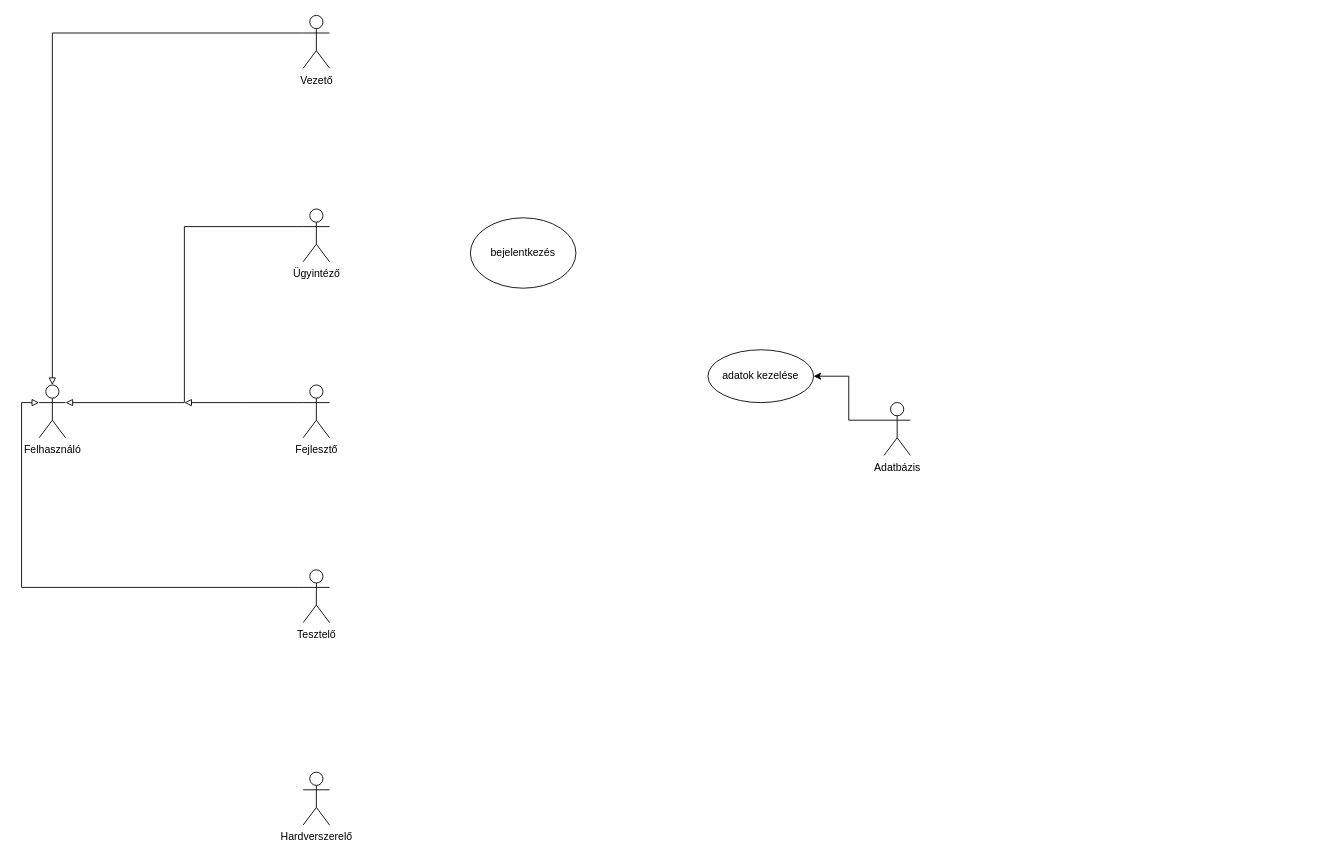
The draw.io diagram Untitled Diagram.drawio in UrbanRoland/CRM, before the edit. Source tidied: cells renumbered, new cells numbered last; positions are measured from the earlier drawing's top-left corner, leaving out a move shared by most shapes. Both pictures are drawn from the tidied source at 88%, with x=0, y=0 at pixel (39, 15).
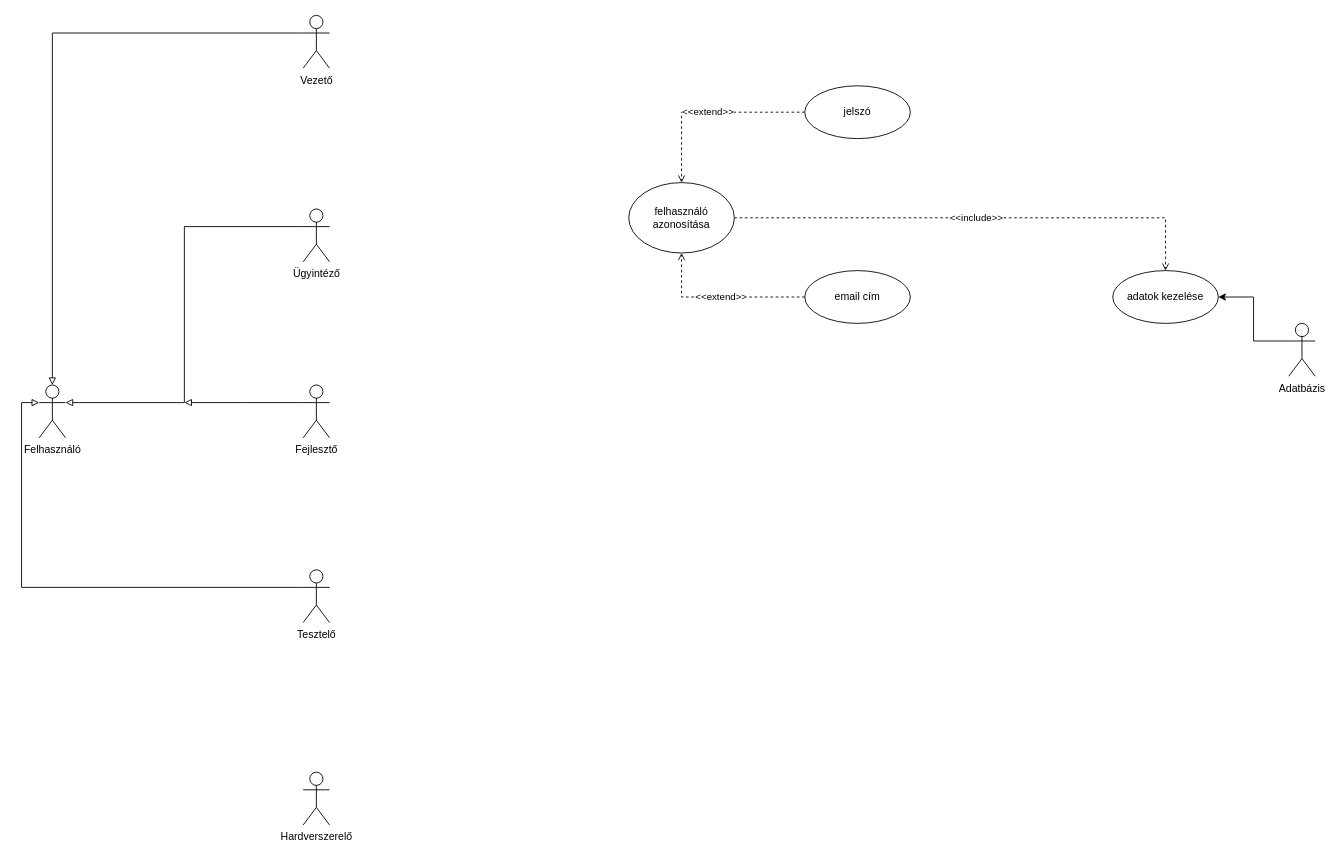
The same diagram, later.

What changed in the source:
```diff
@@
+    <mxCell id="16" value="&amp;lt;&amp;lt;include&amp;gt;&amp;gt;" style="edgeStyle=orthogonalEdgeStyle;rounded=0;jettySize=auto;html=1;entryX=0.5;entryY=0;entryDx=0;entryDy=0;dashed=1;endArrow=open;endFill=0;" parent="1" edge="1" source="2" target="7">
+      <mxGeometry relative="1" as="geometry" />
+    </mxCell>
+    <mxCell id="17" value="&amp;lt;&amp;lt;extend&amp;gt;&amp;gt;" style="edgeStyle=orthogonalEdgeStyle;rounded=0;jettySize=auto;html=1;dashed=1;endArrow=open;endFill=0;exitX=0;exitY=0.5;exitDx=0;exitDy=0;entryX=0.5;entryY=1;entryDx=0;entryDy=0;" parent="1" edge="1" source="19" target="2">
+      <mxGeometry relative="1" as="geometry" />
+    </mxCell>
+    <mxCell id="18" value="&amp;lt;&amp;lt;extend&amp;gt;&amp;gt;" style="edgeStyle=orthogonalEdgeStyle;rounded=0;jettySize=auto;html=1;dashed=1;endArrow=open;endFill=0;exitX=0;exitY=0.5;exitDx=0;exitDy=0;entryX=0.5;entryY=0;entryDx=0;entryDy=0;" parent="1" edge="1" source="20" target="2">
+      <mxGeometry relative="1" as="geometry" />
+    </mxCell>
-    <mxCell id="2" value="bejelentkezés" style="ellipse;whiteSpace=wrap;html=1;" parent="1" vertex="1">
-      <mxGeometry x="490" y="230" width="120" height="80" as="geometry" />
+    <mxCell id="2" value="felhasználó azonosítása" style="ellipse;whiteSpace=wrap;html=1;" parent="1" vertex="1">
+      <mxGeometry x="670" y="190" width="120" height="80" as="geometry" />
     </mxCell>
@@
     <mxCell id="6" value="Adatbázis" style="shape=umlActor;verticalLabelPosition=bottom;labelBackgroundColor=#ffffff;verticalAlign=top;html=1;outlineConnect=0;" parent="1" vertex="1">
-      <mxGeometry x="960" y="440" width="30" height="60" as="geometry" />
+      <mxGeometry x="1420" y="350" width="30" height="60" as="geometry" />
     </mxCell>
     <mxCell id="7" value="adatok kezelése" style="ellipse;whiteSpace=wrap;html=1;" parent="1" vertex="1">
-      <mxGeometry x="760" y="380" width="120" height="60" as="geometry" />
+      <mxGeometry x="1220" y="290" width="120" height="60" as="geometry" />
     </mxCell>
@@
+    <mxCell id="19" value="email cím" style="ellipse;whiteSpace=wrap;html=1;" parent="1" vertex="1">
+      <mxGeometry x="870" y="290" width="120" height="60" as="geometry" />
+    </mxCell>
+    <mxCell id="20" value="jelszó" style="ellipse;whiteSpace=wrap;html=1;" parent="1" vertex="1">
+      <mxGeometry x="870" y="80" width="120" height="60" as="geometry" />
+    </mxCell>
```
